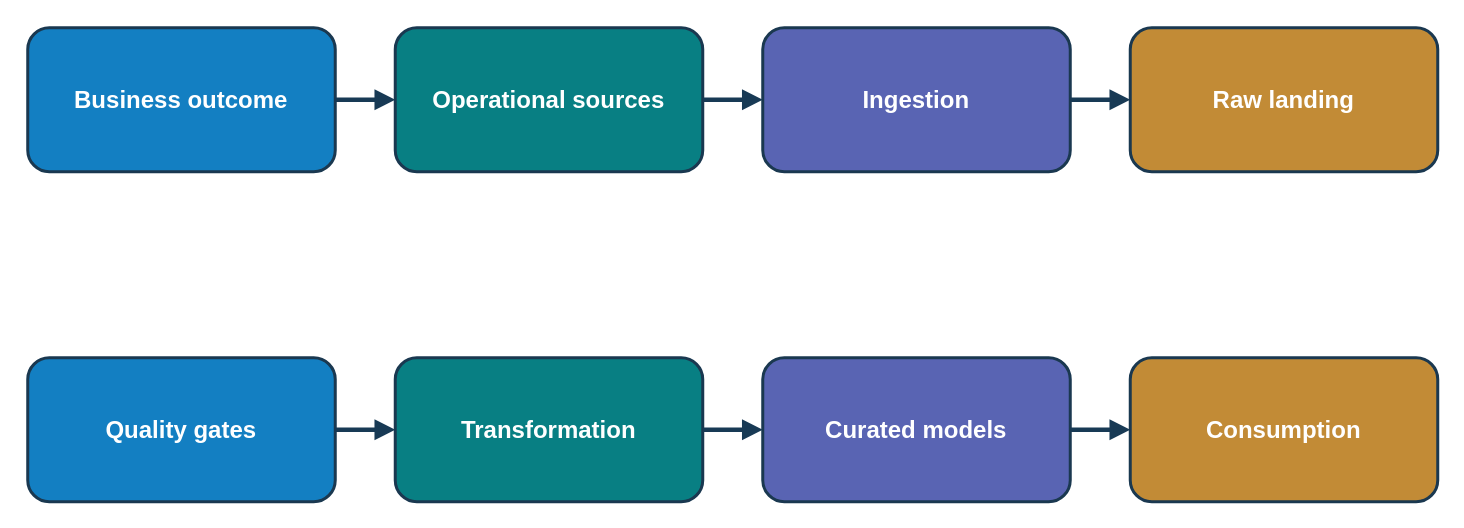
Above: page "Data engineering: complete lifecycle" (1 of 4) of 01-data-engineering-foundations/01-introduction-to-data-engineering/architecture/day01-architectures.drawio in Techskills-Aus/azure-data-engineering (draw.io), before the change. Source tidied: cells renumbered, new cells numbered last; positions are measured from the earlier drawing's top-left corner, leaving out a move shared by most shapes. Both pictures are drawn from the tidied source at 150%, with x=0, y=0 at pixel (27, 27).
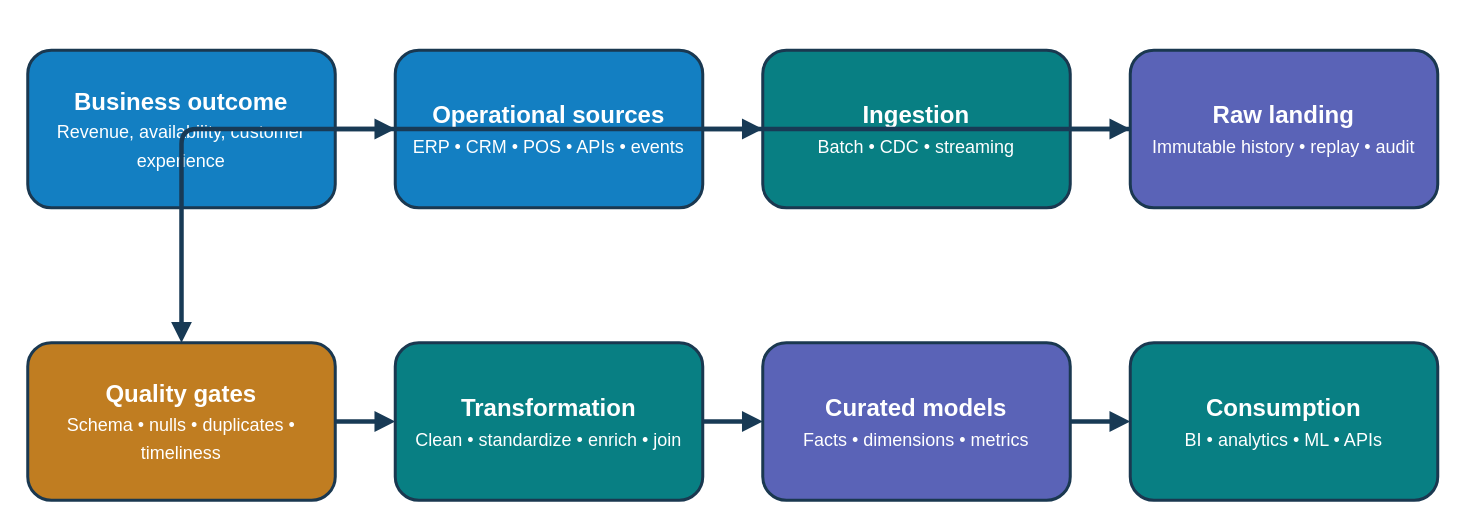
Above is the later version.

Diff of the diagram source:
```diff
@@
 <mxGraphModel>
   <root>
     <mxCell id="0" />
     <mxCell id="1" parent="0" />
-    <mxCell id="2" value="Business outcome" style="rounded=1;whiteSpace=wrap;html=1;fillColor=#137FC2;strokeColor=#1A3850;strokeWidth=2;fontColor=#FFFFFF;fontSize=16;fontStyle=1;align=center;verticalAlign=middle;" parent="1" vertex="1">
-      <mxGeometry width="205" height="96" as="geometry" />
-    </mxCell>
-    <mxCell id="3" value="Operational sources" style="rounded=1;whiteSpace=wrap;html=1;fillColor=#087F83;strokeColor=#1A3850;strokeWidth=2;fontColor=#FFFFFF;fontSize=16;fontStyle=1;align=center;verticalAlign=middle;" parent="1" vertex="1">
-      <mxGeometry x="245" width="205" height="96" as="geometry" />
-    </mxCell>
-    <mxCell id="4" style="edgeStyle=orthogonalEdgeStyle;rounded=1;html=1;endArrow=block;endFill=1;strokeColor=#183A55;strokeWidth=3;" parent="1" edge="1" source="2" target="3">
-      <mxGeometry relative="1" as="geometry" />
-    </mxCell>
-    <mxCell id="5" value="Ingestion" style="rounded=1;whiteSpace=wrap;html=1;fillColor=#5964B3;strokeColor=#1A3850;strokeWidth=2;fontColor=#FFFFFF;fontSize=16;fontStyle=1;align=center;verticalAlign=middle;" parent="1" vertex="1">
-      <mxGeometry x="490" width="205" height="96" as="geometry" />
-    </mxCell>
-    <mxCell id="6" style="edgeStyle=orthogonalEdgeStyle;rounded=1;html=1;endArrow=block;endFill=1;strokeColor=#183A55;strokeWidth=3;" parent="1" edge="1" source="3" target="5">
-      <mxGeometry relative="1" as="geometry" />
-    </mxCell>
-    <mxCell id="7" value="Raw landing" style="rounded=1;whiteSpace=wrap;html=1;fillColor=#C28B36;strokeColor=#1A3850;strokeWidth=2;fontColor=#FFFFFF;fontSize=16;fontStyle=1;align=center;verticalAlign=middle;" parent="1" vertex="1">
-      <mxGeometry x="735" width="205" height="96" as="geometry" />
-    </mxCell>
-    <mxCell id="8" style="edgeStyle=orthogonalEdgeStyle;rounded=1;html=1;endArrow=block;endFill=1;strokeColor=#183A55;strokeWidth=3;" parent="1" edge="1" source="5" target="7">
-      <mxGeometry relative="1" as="geometry" />
-    </mxCell>
-    <mxCell id="9" value="Quality gates" style="rounded=1;whiteSpace=wrap;html=1;fillColor=#137FC2;strokeColor=#1A3850;strokeWidth=2;fontColor=#FFFFFF;fontSize=16;fontStyle=1;align=center;verticalAlign=middle;" parent="1" vertex="1">
-      <mxGeometry y="220" width="205" height="96" as="geometry" />
-    </mxCell>
-    <mxCell id="10" value="Transformation" style="rounded=1;whiteSpace=wrap;html=1;fillColor=#087F83;strokeColor=#1A3850;strokeWidth=2;fontColor=#FFFFFF;fontSize=16;fontStyle=1;align=center;verticalAlign=middle;" parent="1" vertex="1">
-      <mxGeometry x="245" y="220" width="205" height="96" as="geometry" />
-    </mxCell>
-    <mxCell id="11" style="edgeStyle=orthogonalEdgeStyle;rounded=1;html=1;endArrow=block;endFill=1;strokeColor=#183A55;strokeWidth=3;" parent="1" edge="1" source="9" target="10">
-      <mxGeometry relative="1" as="geometry" />
-    </mxCell>
-    <mxCell id="12" value="Curated models" style="rounded=1;whiteSpace=wrap;html=1;fillColor=#5964B3;strokeColor=#1A3850;strokeWidth=2;fontColor=#FFFFFF;fontSize=16;fontStyle=1;align=center;verticalAlign=middle;" parent="1" vertex="1">
-      <mxGeometry x="490" y="220" width="205" height="96" as="geometry" />
-    </mxCell>
-    <mxCell id="13" style="edgeStyle=orthogonalEdgeStyle;rounded=1;html=1;endArrow=block;endFill=1;strokeColor=#183A55;strokeWidth=3;" parent="1" edge="1" source="10" target="12">
-      <mxGeometry relative="1" as="geometry" />
-    </mxCell>
-    <mxCell id="14" value="Consumption" style="rounded=1;whiteSpace=wrap;html=1;fillColor=#C28B36;strokeColor=#1A3850;strokeWidth=2;fontColor=#FFFFFF;fontSize=16;fontStyle=1;align=center;verticalAlign=middle;" parent="1" vertex="1">
-      <mxGeometry x="735" y="220" width="205" height="96" as="geometry" />
-    </mxCell>
-    <mxCell id="15" style="edgeStyle=orthogonalEdgeStyle;rounded=1;html=1;endArrow=block;endFill=1;strokeColor=#183A55;strokeWidth=3;" parent="1" edge="1" source="12" target="14">
-      <mxGeometry relative="1" as="geometry" />
-    </mxCell>
+    <mxCell id="16" value="&lt;b&gt;Business outcome&lt;/b&gt;&lt;br&gt;&lt;font style=&quot;font-size:12px&quot;&gt;Revenue, availability, customer experience&lt;/font&gt;" style="rounded=1;whiteSpace=wrap;html=1;fillColor=#137FC2;strokeColor=#1A3850;strokeWidth=2;fontColor=#FFFFFF;fontSize=16;align=center;verticalAlign=middle;spacing=9;shadow=0;" parent="1" vertex="1">
+      <mxGeometry y="15" width="205" height="105" as="geometry" />
+    </mxCell>
+    <mxCell id="17" value="&lt;b&gt;Operational sources&lt;/b&gt;&lt;br&gt;&lt;font style=&quot;font-size:12px&quot;&gt;ERP • CRM • POS • APIs • events&lt;/font&gt;" style="rounded=1;whiteSpace=wrap;html=1;fillColor=#137FC2;strokeColor=#1A3850;strokeWidth=2;fontColor=#FFFFFF;fontSize=16;align=center;verticalAlign=middle;spacing=9;shadow=0;" parent="1" vertex="1">
+      <mxGeometry x="245" y="15" width="205" height="105" as="geometry" />
+    </mxCell>
+    <mxCell id="18" value="&lt;b&gt;Ingestion&lt;/b&gt;&lt;br&gt;&lt;font style=&quot;font-size:12px&quot;&gt;Batch • CDC • streaming&lt;/font&gt;" style="rounded=1;whiteSpace=wrap;html=1;fillColor=#087F83;strokeColor=#1A3850;strokeWidth=2;fontColor=#FFFFFF;fontSize=16;align=center;verticalAlign=middle;spacing=9;shadow=0;" parent="1" vertex="1">
+      <mxGeometry x="490" y="15" width="205" height="105" as="geometry" />
+    </mxCell>
+    <mxCell id="19" value="&lt;b&gt;Raw landing&lt;/b&gt;&lt;br&gt;&lt;font style=&quot;font-size:12px&quot;&gt;Immutable history • replay • audit&lt;/font&gt;" style="rounded=1;whiteSpace=wrap;html=1;fillColor=#5A63B7;strokeColor=#1A3850;strokeWidth=2;fontColor=#FFFFFF;fontSize=16;align=center;verticalAlign=middle;spacing=9;shadow=0;" parent="1" vertex="1">
+      <mxGeometry x="735" y="15" width="205" height="105" as="geometry" />
+    </mxCell>
+    <mxCell id="20" value="&lt;b&gt;Quality gates&lt;/b&gt;&lt;br&gt;&lt;font style=&quot;font-size:12px&quot;&gt;Schema • nulls • duplicates • timeliness&lt;/font&gt;" style="rounded=1;whiteSpace=wrap;html=1;fillColor=#C07D21;strokeColor=#1A3850;strokeWidth=2;fontColor=#FFFFFF;fontSize=16;align=center;verticalAlign=middle;spacing=9;shadow=0;" parent="1" vertex="1">
+      <mxGeometry y="210" width="205" height="105" as="geometry" />
+    </mxCell>
+    <mxCell id="21" value="&lt;b&gt;Transformation&lt;/b&gt;&lt;br&gt;&lt;font style=&quot;font-size:12px&quot;&gt;Clean • standardize • enrich • join&lt;/font&gt;" style="rounded=1;whiteSpace=wrap;html=1;fillColor=#087F83;strokeColor=#1A3850;strokeWidth=2;fontColor=#FFFFFF;fontSize=16;align=center;verticalAlign=middle;spacing=9;shadow=0;" parent="1" vertex="1">
+      <mxGeometry x="245" y="210" width="205" height="105" as="geometry" />
+    </mxCell>
+    <mxCell id="22" value="&lt;b&gt;Curated models&lt;/b&gt;&lt;br&gt;&lt;font style=&quot;font-size:12px&quot;&gt;Facts • dimensions • metrics&lt;/font&gt;" style="rounded=1;whiteSpace=wrap;html=1;fillColor=#5A63B7;strokeColor=#1A3850;strokeWidth=2;fontColor=#FFFFFF;fontSize=16;align=center;verticalAlign=middle;spacing=9;shadow=0;" parent="1" vertex="1">
+      <mxGeometry x="490" y="210" width="205" height="105" as="geometry" />
+    </mxCell>
+    <mxCell id="23" value="&lt;b&gt;Consumption&lt;/b&gt;&lt;br&gt;&lt;font style=&quot;font-size:12px&quot;&gt;BI • analytics • ML • APIs&lt;/font&gt;" style="rounded=1;whiteSpace=wrap;html=1;fillColor=#087F83;strokeColor=#1A3850;strokeWidth=2;fontColor=#FFFFFF;fontSize=16;align=center;verticalAlign=middle;spacing=9;shadow=0;" parent="1" vertex="1">
+      <mxGeometry x="735" y="210" width="205" height="105" as="geometry" />
+    </mxCell>
+    <mxCell id="24" style="edgeStyle=orthogonalEdgeStyle;rounded=1;jettySize=auto;html=1;strokeColor=#183A55;strokeWidth=3;endArrow=block;endFill=1;" parent="1" edge="1" source="16" target="17">
+      <mxGeometry relative="1" as="geometry" />
+    </mxCell>
+    <mxCell id="25" style="edgeStyle=orthogonalEdgeStyle;rounded=1;jettySize=auto;html=1;strokeColor=#183A55;strokeWidth=3;endArrow=block;endFill=1;" parent="1" edge="1" source="17" target="18">
+      <mxGeometry relative="1" as="geometry" />
+    </mxCell>
+    <mxCell id="26" style="edgeStyle=orthogonalEdgeStyle;rounded=1;jettySize=auto;html=1;strokeColor=#183A55;strokeWidth=3;endArrow=block;endFill=1;" parent="1" edge="1" source="18" target="19">
+      <mxGeometry relative="1" as="geometry" />
+    </mxCell>
+    <mxCell id="27" style="edgeStyle=orthogonalEdgeStyle;rounded=1;jettySize=auto;html=1;strokeColor=#183A55;strokeWidth=3;endArrow=block;endFill=1;" parent="1" edge="1" source="19" target="20">
+      <mxGeometry relative="1" as="geometry" />
+    </mxCell>
+    <mxCell id="28" style="edgeStyle=orthogonalEdgeStyle;rounded=1;jettySize=auto;html=1;strokeColor=#183A55;strokeWidth=3;endArrow=block;endFill=1;" parent="1" edge="1" source="20" target="21">
+      <mxGeometry relative="1" as="geometry" />
+    </mxCell>
+    <mxCell id="29" style="edgeStyle=orthogonalEdgeStyle;rounded=1;jettySize=auto;html=1;strokeColor=#183A55;strokeWidth=3;endArrow=block;endFill=1;" parent="1" edge="1" source="21" target="22">
+      <mxGeometry relative="1" as="geometry" />
+    </mxCell>
+    <mxCell id="30" style="edgeStyle=orthogonalEdgeStyle;rounded=1;jettySize=auto;html=1;strokeColor=#183A55;strokeWidth=3;endArrow=block;endFill=1;" parent="1" edge="1" source="22" target="23">
+      <mxGeometry relative="1" as="geometry" />
+    </mxCell>
   </root>
 </mxGraphModel>
```
